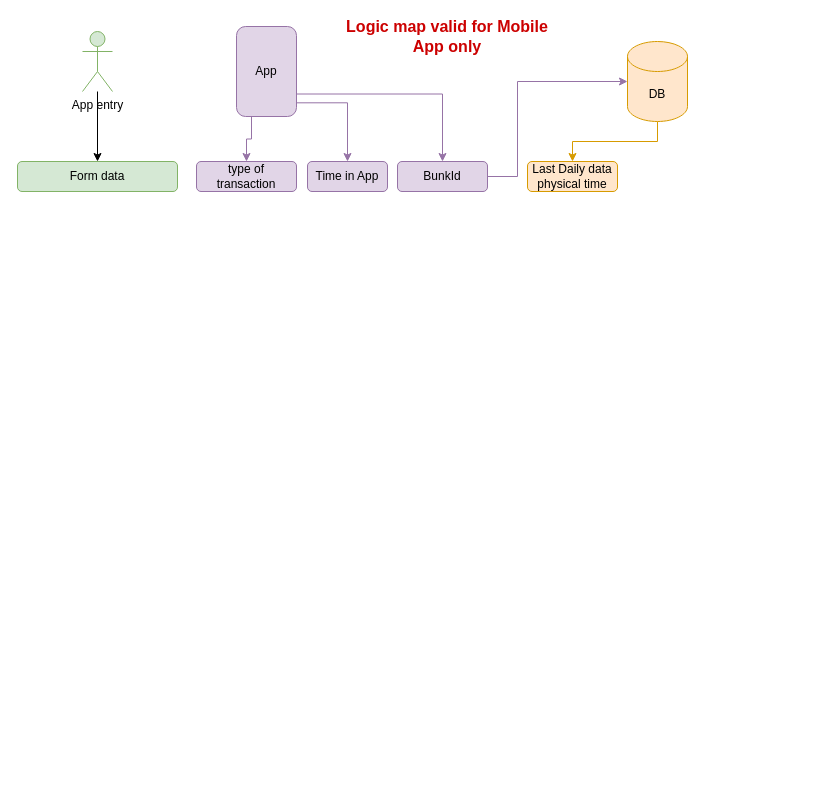
This is page "Type = Payment" (3 of 3) of Creditor_Transactions.drawio from LakshEternl/GazoLogicMap, a draw.io file, before an edit. Source tidied: cells renumbered, new cells numbered last; positions are measured from the earlier drawing's top-left corner, leaving out a move shared by most shapes. Both pictures are drawn from the tidied source at 100%, with x=0, y=0 at pixel (17, 21).
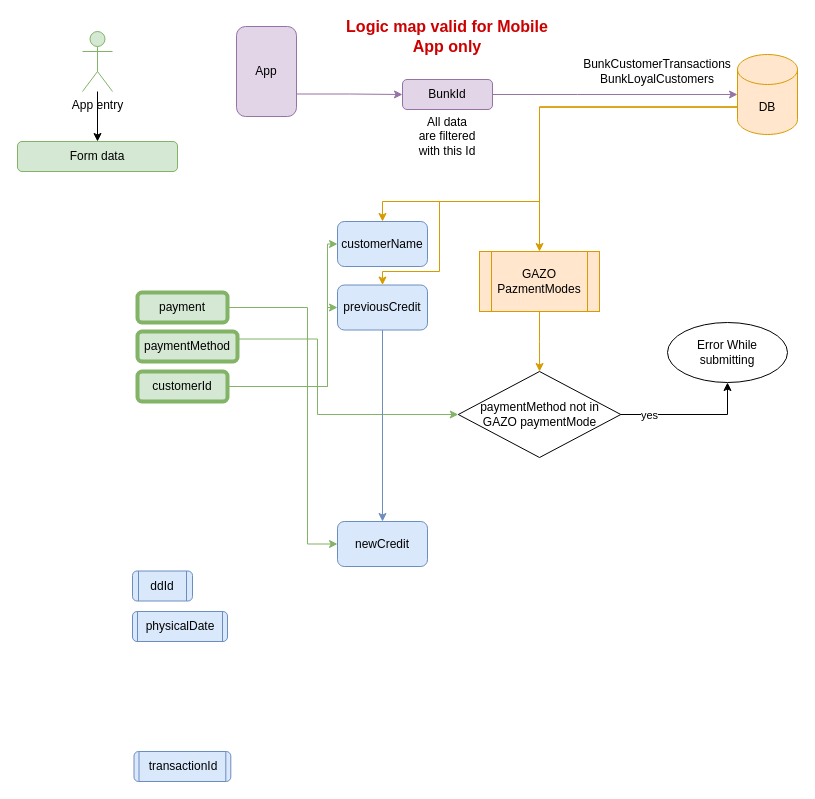
The same diagram, later.

Unchanged cells that the change refers to:
```xml
<mxCell id="15" value="App" style="rounded=1;whiteSpace=wrap;html=1;fillColor=#e1d5e7;strokeColor=#9673a6;" parent="1" vertex="1">
  <mxGeometry x="219" y="5" width="60" height="90" as="geometry" />
</mxCell>
```

What changed in the source:
```diff
@@
-    <mxCell id="2" value="type of transaction" style="rounded=1;whiteSpace=wrap;html=1;fillColor=#e1d5e7;strokeColor=#9673a6;" parent="1" vertex="1">
-      <mxGeometry x="179" y="140" width="100" height="30" as="geometry" />
-    </mxCell>
-    <mxCell id="3" value="Time in App" style="rounded=1;whiteSpace=wrap;html=1;fillColor=#e1d5e7;strokeColor=#9673a6;" parent="1" vertex="1">
-      <mxGeometry x="290" y="140" width="80" height="30" as="geometry" />
-    </mxCell>
     <mxCell id="4" style="edgeStyle=orthogonalEdgeStyle;rounded=0;jettySize=auto;html=1;exitX=1;exitY=0.5;exitDx=0;exitDy=0;entryX=0;entryY=0.5;entryDx=0;entryDy=0;entryPerimeter=0;fillColor=#e1d5e7;strokeColor=#9673a6;" parent="1" edge="1" source="5" target="7">
       <mxGeometry relative="1" as="geometry">
         <Array as="points">
-          <mxPoint x="500" y="155" />
-          <mxPoint x="500" y="60" />
+          <mxPoint x="560" y="73" />
+          <mxPoint x="560" y="73" />
         </Array>
       </mxGeometry>
     </mxCell>
     <mxCell id="5" value="BunkId" style="rounded=1;whiteSpace=wrap;html=1;fillColor=#e1d5e7;strokeColor=#9673a6;" parent="1" vertex="1">
-      <mxGeometry x="380" y="140" width="90" height="30" as="geometry" />
+      <mxGeometry x="385" y="58" width="90" height="30" as="geometry" />
     </mxCell>
-    <mxCell id="6" style="edgeStyle=orthogonalEdgeStyle;rounded=0;jettySize=auto;html=1;exitX=0.5;exitY=1;exitDx=0;exitDy=0;exitPerimeter=0;fillColor=#ffe6cc;strokeColor=#d79b00;" parent="1" edge="1" source="7" target="12">
-      <mxGeometry relative="1" as="geometry" />
-    </mxCell>
+    <mxCell id="17" style="edgeStyle=orthogonalEdgeStyle;rounded=0;jettySize=auto;html=1;exitX=0;exitY=0;exitDx=0;exitDy=52.5;exitPerimeter=0;entryX=0.5;entryY=0;entryDx=0;entryDy=0;fillColor=#ffe6cc;strokeColor=#d79b00;" parent="1" edge="1" source="7" target="37">
+      <mxGeometry relative="1" as="geometry" />
+    </mxCell>
+    <mxCell id="18" style="edgeStyle=orthogonalEdgeStyle;rounded=0;jettySize=auto;html=1;exitX=0;exitY=0;exitDx=0;exitDy=52.5;exitPerimeter=0;fillColor=#ffe6cc;strokeColor=#d79b00;entryX=0.5;entryY=0;entryDx=0;entryDy=0;" parent="1" edge="1" source="7" target="40">
+      <mxGeometry relative="1" as="geometry">
+        <Array as="points">
+          <mxPoint x="522" y="86" />
+          <mxPoint x="522" y="180" />
+          <mxPoint x="365" y="180" />
+        </Array>
+      </mxGeometry>
+    </mxCell>
+    <mxCell id="19" style="edgeStyle=orthogonalEdgeStyle;rounded=0;jettySize=auto;html=1;exitX=0;exitY=0;exitDx=0;exitDy=52.5;exitPerimeter=0;entryX=0.5;entryY=0;entryDx=0;entryDy=0;fillColor=#ffe6cc;strokeColor=#d79b00;" parent="1" edge="1" source="7" target="39">
+      <mxGeometry relative="1" as="geometry">
+        <Array as="points">
+          <mxPoint x="522" y="86" />
+          <mxPoint x="522" y="180" />
+          <mxPoint x="422" y="180" />
+          <mxPoint x="422" y="250" />
+          <mxPoint x="365" y="250" />
+        </Array>
+      </mxGeometry>
+    </mxCell>
     <mxCell id="7" value="DB" style="shape=cylinder3;whiteSpace=wrap;html=1;boundedLbl=1;backgroundOutline=1;size=15;fillColor=#ffe6cc;strokeColor=#d79b00;" parent="1" vertex="1">
-      <mxGeometry x="610" y="20" width="60" height="80" as="geometry" />
+      <mxGeometry x="720" y="33" width="60" height="80" as="geometry" />
     </mxCell>
-    <mxCell id="8" style="edgeStyle=orthogonalEdgeStyle;rounded=0;jettySize=auto;html=1;entryX=0.5;entryY=0;entryDx=0;entryDy=0;exitX=1;exitY=0.848;exitDx=0;exitDy=0;exitPerimeter=0;fillColor=#e1d5e7;strokeColor=#9673a6;" parent="1" edge="1" source="15" target="3">
-      <mxGeometry relative="1" as="geometry">
-        <Array as="points">
-          <mxPoint x="330" y="81" />
-        </Array>
-      </mxGeometry>
-    </mxCell>
-    <mxCell id="9" style="edgeStyle=orthogonalEdgeStyle;rounded=0;jettySize=auto;html=1;entryX=0.5;entryY=0;entryDx=0;entryDy=0;exitX=0.25;exitY=1;exitDx=0;exitDy=0;fillColor=#e1d5e7;strokeColor=#9673a6;" parent="1" edge="1" source="15" target="2">
-      <mxGeometry relative="1" as="geometry" />
-    </mxCell>
@@
-    <mxCell id="12" value="Last Daily data physical time" style="rounded=1;whiteSpace=wrap;html=1;fillColor=#ffe6cc;strokeColor=#d79b00;" parent="1" vertex="1">
-      <mxGeometry x="510" y="140" width="90" height="30" as="geometry" />
-    </mxCell>
     <mxCell id="13" value="Form data" style="rounded=1;whiteSpace=wrap;html=1;fillColor=#d5e8d4;strokeColor=#82b366;" parent="1" vertex="1">
-      <mxGeometry y="140" width="160" height="30" as="geometry" />
+      <mxGeometry y="120" width="160" height="30" as="geometry" />
     </mxCell>
-    <mxCell id="14" style="edgeStyle=orthogonalEdgeStyle;rounded=0;jettySize=auto;html=1;exitX=1;exitY=0.75;exitDx=0;exitDy=0;entryX=0.5;entryY=0;entryDx=0;entryDy=0;fillColor=#e1d5e7;strokeColor=#9673a6;" parent="1" edge="1" source="15" target="5">
+    <mxCell id="14" style="edgeStyle=orthogonalEdgeStyle;rounded=0;jettySize=auto;html=1;exitX=1;exitY=0.75;exitDx=0;exitDy=0;entryX=0;entryY=0.5;entryDx=0;entryDy=0;fillColor=#e1d5e7;strokeColor=#9673a6;" parent="1" edge="1" source="15" target="5">
       <mxGeometry relative="1" as="geometry" />
     </mxCell>
@@
+    <mxCell id="20" value="&lt;div&gt;BunkCustomerTransactions&lt;/div&gt;&lt;div&gt;BunkLoyalCustomers&lt;br&gt;&lt;/div&gt;" style="text;html=1;strokeColor=none;fillColor=none;align=center;verticalAlign=middle;whiteSpace=wrap;rounded=0;strokeWidth=4;fontSize=12;fontColor=#000000;" parent="1" vertex="1">
+      <mxGeometry x="610" y="35" width="60" height="30" as="geometry" />
+    </mxCell>
+    <mxCell id="21" value="All data are filtered with this Id" style="text;html=1;strokeColor=none;fillColor=none;align=center;verticalAlign=middle;whiteSpace=wrap;rounded=0;" parent="1" vertex="1">
+      <mxGeometry x="400" y="100" width="60" height="30" as="geometry" />
+    </mxCell>
+    <mxCell id="22" value="ddId" style="shape=process;whiteSpace=wrap;html=1;backgroundOutline=1;fillColor=#dae8fc;strokeColor=#6c8ebf;rounded=1;" parent="1" vertex="1">
+      <mxGeometry x="115" y="549.5" width="60" height="30" as="geometry" />
+    </mxCell>
+    <mxCell id="23" value="physicalDate" style="shape=process;whiteSpace=wrap;html=1;backgroundOutline=1;fillColor=#dae8fc;strokeColor=#6c8ebf;rounded=1;size=0.045454545454545456;" parent="1" vertex="1">
+      <mxGeometry x="115" y="590" width="95" height="30" as="geometry" />
+    </mxCell>
+    <mxCell id="24" value="transactionId" style="shape=process;whiteSpace=wrap;html=1;backgroundOutline=1;fillColor=#dae8fc;strokeColor=#6c8ebf;rounded=1;size=0.02727272727272727;" parent="1" vertex="1">
+      <mxGeometry x="116.5" y="730" width="96.8" height="30" as="geometry" />
+    </mxCell>
+    <mxCell id="25" style="edgeStyle=orthogonalEdgeStyle;rounded=0;jettySize=auto;html=1;exitX=1;exitY=0.5;exitDx=0;exitDy=0;entryX=0;entryY=0.5;entryDx=0;entryDy=0;fillColor=#d5e8d4;strokeColor=#82b366;" parent="1" edge="1" source="26" target="41">
+      <mxGeometry relative="1" as="geometry">
+        <Array as="points">
+          <mxPoint x="290" y="286" />
+          <mxPoint x="290" y="522" />
+        </Array>
+      </mxGeometry>
+    </mxCell>
+    <mxCell id="26" value="payment" style="rounded=1;whiteSpace=wrap;html=1;fillColor=#d5e8d4;strokeColor=#82b366;strokeWidth=4;" parent="1" vertex="1">
+      <mxGeometry x="120" y="271" width="90" height="30" as="geometry" />
+    </mxCell>
+    <mxCell id="27" style="edgeStyle=orthogonalEdgeStyle;rounded=0;jettySize=auto;html=1;exitX=1;exitY=0.25;exitDx=0;exitDy=0;entryX=0;entryY=0.5;entryDx=0;entryDy=0;fillColor=#d5e8d4;strokeColor=#82b366;" parent="1" edge="1" source="28" target="35">
+      <mxGeometry relative="1" as="geometry">
+        <Array as="points">
+          <mxPoint x="300" y="318" />
+          <mxPoint x="300" y="393" />
+        </Array>
+      </mxGeometry>
+    </mxCell>
+    <mxCell id="28" value="paymentMethod" style="rounded=1;whiteSpace=wrap;html=1;fillColor=#d5e8d4;strokeColor=#82b366;strokeWidth=4;" parent="1" vertex="1">
+      <mxGeometry x="120" y="310" width="100" height="30" as="geometry" />
+    </mxCell>
+    <mxCell id="29" style="edgeStyle=orthogonalEdgeStyle;rounded=0;jettySize=auto;html=1;exitX=1;exitY=0.5;exitDx=0;exitDy=0;entryX=0;entryY=0.5;entryDx=0;entryDy=0;fillColor=#d5e8d4;strokeColor=#82b366;" parent="1" edge="1" source="31" target="39">
+      <mxGeometry relative="1" as="geometry">
+        <Array as="points">
+          <mxPoint x="310" y="365" />
+          <mxPoint x="310" y="286" />
+        </Array>
+      </mxGeometry>
+    </mxCell>
+    <mxCell id="30" style="edgeStyle=orthogonalEdgeStyle;rounded=0;jettySize=auto;html=1;exitX=1;exitY=0.5;exitDx=0;exitDy=0;entryX=0;entryY=0.5;entryDx=0;entryDy=0;fillColor=#d5e8d4;strokeColor=#82b366;" parent="1" edge="1" source="31" target="40">
+      <mxGeometry relative="1" as="geometry">
+        <Array as="points">
+          <mxPoint x="310" y="365" />
+          <mxPoint x="310" y="222" />
+        </Array>
+      </mxGeometry>
+    </mxCell>
+    <mxCell id="31" value="customerId" style="rounded=1;whiteSpace=wrap;html=1;fillColor=#d5e8d4;strokeColor=#82b366;strokeWidth=4;" parent="1" vertex="1">
+      <mxGeometry x="120" y="350" width="90" height="30" as="geometry" />
+    </mxCell>
+    <mxCell id="32" value="&lt;div&gt;Error While &lt;br&gt;&lt;/div&gt;&lt;div&gt;submitting&lt;/div&gt;" style="ellipse;whiteSpace=wrap;html=1;" parent="1" vertex="1">
+      <mxGeometry x="650" y="301" width="120" height="60" as="geometry" />
+    </mxCell>
+    <mxCell id="33" style="edgeStyle=orthogonalEdgeStyle;rounded=0;jettySize=auto;html=1;exitX=1;exitY=0.5;exitDx=0;exitDy=0;entryX=0.5;entryY=1;entryDx=0;entryDy=0;" parent="1" edge="1" source="35" target="32">
+      <mxGeometry relative="1" as="geometry" />
+    </mxCell>
+    <mxCell id="34" value="yes" style="edgeLabel;html=1;align=center;verticalAlign=middle;" parent="33" vertex="1">
+      <mxGeometry x="-0.6" relative="1" as="geometry" />
+    </mxCell>
+    <mxCell id="35" value="paymentMethod not in &lt;br&gt;GAZO paymentMode" style="rhombus;whiteSpace=wrap;html=1;" parent="1" vertex="1">
+      <mxGeometry x="440.8" y="350" width="162.5" height="86" as="geometry" />
+    </mxCell>
+    <mxCell id="36" style="edgeStyle=orthogonalEdgeStyle;rounded=0;jettySize=auto;html=1;exitX=0.5;exitY=1;exitDx=0;exitDy=0;entryX=0.5;entryY=0;entryDx=0;entryDy=0;fillColor=#ffe6cc;strokeColor=#d79b00;" parent="1" edge="1" source="37" target="35">
+      <mxGeometry relative="1" as="geometry" />
+    </mxCell>
+    <mxCell id="37" value="GAZO&lt;br&gt;PazmentModes" style="shape=process;whiteSpace=wrap;html=1;backgroundOutline=1;fillColor=#ffe6cc;strokeColor=#d79b00;" parent="1" vertex="1">
+      <mxGeometry x="462" y="230" width="120" height="60" as="geometry" />
+    </mxCell>
+    <mxCell id="38" style="edgeStyle=orthogonalEdgeStyle;rounded=0;jettySize=auto;html=1;exitX=0.5;exitY=1;exitDx=0;exitDy=0;entryX=0.5;entryY=0;entryDx=0;entryDy=0;fillColor=#dae8fc;strokeColor=#6c8ebf;" parent="1" edge="1" source="39" target="41">
+      <mxGeometry relative="1" as="geometry" />
+    </mxCell>
+    <mxCell id="39" value="previousCredit" style="rounded=1;whiteSpace=wrap;html=1;fillColor=#dae8fc;strokeColor=#6c8ebf;" parent="1" vertex="1">
+      <mxGeometry x="320" y="263.5" width="90" height="45" as="geometry" />
+    </mxCell>
+    <mxCell id="40" value="customerName" style="rounded=1;whiteSpace=wrap;html=1;fillColor=#dae8fc;strokeColor=#6c8ebf;" parent="1" vertex="1">
+      <mxGeometry x="320" y="200" width="90" height="45" as="geometry" />
+    </mxCell>
+    <mxCell id="41" value="newCredit" style="rounded=1;whiteSpace=wrap;html=1;fillColor=#dae8fc;strokeColor=#6c8ebf;" parent="1" vertex="1">
+      <mxGeometry x="320" y="500" width="90" height="45" as="geometry" />
+    </mxCell>
```
